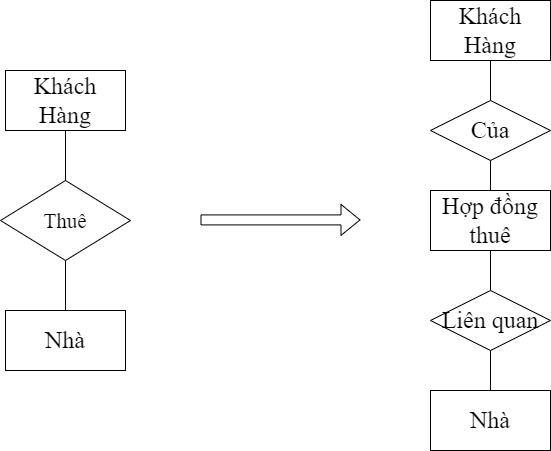
Before: Luật thứ năm(trên xuống).png, a diagram exported from draw.io (datnham0212/learning). Source tidied: cells renumbered, new cells last; positions are measured from the earlier drawing's top-left corner, leaving out a move shared by most shapes. Its diagram source:
```xml
<mxGraphModel>
  <root>
    <mxCell id="0" />
    <mxCell id="1" parent="0" />
    <mxCell id="2" value="&lt;font style=&quot;font-size: 24px;&quot;&gt;Khách Hàng&lt;/font&gt;" style="rounded=0;whiteSpace=wrap;html=1;fontFamily=Times New Roman;fontSize=24;" parent="1" vertex="1">
      <mxGeometry x="5" y="70" width="120" height="60" as="geometry" />
    </mxCell>
    <mxCell id="3" value="&lt;font style=&quot;font-size: 24px;&quot;&gt;Khách Hàng&lt;/font&gt;" style="rounded=0;whiteSpace=wrap;html=1;fontFamily=Times New Roman;fontSize=24;" parent="1" vertex="1">
      <mxGeometry x="430" width="120" height="60" as="geometry" />
    </mxCell>
    <mxCell id="4" value="Nhà" style="rounded=0;whiteSpace=wrap;html=1;fontFamily=Times New Roman;fontSize=24;" parent="1" vertex="1">
      <mxGeometry x="430" y="390" width="120" height="60" as="geometry" />
    </mxCell>
    <mxCell id="5" style="shape=flexArrow;endArrow=classic;html=1;rounded=0;fontFamily=Times New Roman;fontSize=24;" parent="1" edge="1">
      <mxGeometry relative="1" as="geometry">
        <mxPoint x="200" y="219.4" as="sourcePoint" />
        <mxPoint x="360" y="219.4" as="targetPoint" />
      </mxGeometry>
    </mxCell>
    <mxCell id="6" value="Liên quan" style="rhombus;whiteSpace=wrap;html=1;fontFamily=Times New Roman;fontSize=24;" parent="1" vertex="1">
      <mxGeometry x="430" y="290" width="120" height="60" as="geometry" />
    </mxCell>
    <mxCell id="7" value="Nhà" style="rounded=0;whiteSpace=wrap;html=1;fontFamily=Times New Roman;fontSize=24;" parent="1" vertex="1">
      <mxGeometry x="5" y="310" width="120" height="60" as="geometry" />
    </mxCell>
    <mxCell id="8" value="&lt;span style=&quot;font-size: 21px;&quot;&gt;Thuê&lt;/span&gt;" style="rhombus;whiteSpace=wrap;html=1;fontFamily=Times New Roman;fontSize=24;" parent="1" vertex="1">
      <mxGeometry y="180" width="130" height="80" as="geometry" />
    </mxCell>
    <mxCell id="9" style="endArrow=none;html=1;rounded=0;entryX=0.5;entryY=1;entryDx=0;entryDy=0;exitX=0.5;exitY=0;exitDx=0;exitDy=0;" parent="1" edge="1" source="8" target="2">
      <mxGeometry relative="1" as="geometry" />
    </mxCell>
    <mxCell id="10" style="endArrow=none;html=1;rounded=0;exitX=0.5;exitY=0;exitDx=0;exitDy=0;entryX=0.5;entryY=1;entryDx=0;entryDy=0;" parent="1" edge="1" source="7" target="8">
      <mxGeometry relative="1" as="geometry" />
    </mxCell>
    <mxCell id="11" style="edgeStyle=orthogonalEdgeStyle;rounded=0;orthogonalLoop=1;jettySize=auto;html=1;exitX=0.5;exitY=1;exitDx=0;exitDy=0;" parent="1" edge="1" source="8" target="8">
      <mxGeometry relative="1" as="geometry" />
    </mxCell>
    <mxCell id="12" value="Của" style="rhombus;whiteSpace=wrap;html=1;fontFamily=Times New Roman;fontSize=24;" parent="1" vertex="1">
      <mxGeometry x="430" y="100" width="120" height="60" as="geometry" />
    </mxCell>
    <mxCell id="13" value="Hợp đồng thuê" style="rounded=0;whiteSpace=wrap;html=1;fontFamily=Times New Roman;fontSize=24;" parent="1" vertex="1">
      <mxGeometry x="430" y="190" width="120" height="60" as="geometry" />
    </mxCell>
    <mxCell id="14" style="endArrow=none;html=1;rounded=0;exitX=0.5;exitY=0;exitDx=0;exitDy=0;" parent="1" edge="1" source="12">
      <mxGeometry relative="1" as="geometry">
        <mxPoint x="490" y="60" as="targetPoint" />
      </mxGeometry>
    </mxCell>
    <mxCell id="15" style="endArrow=none;html=1;rounded=0;exitX=0.5;exitY=0;exitDx=0;exitDy=0;entryX=0.5;entryY=1;entryDx=0;entryDy=0;" parent="1" edge="1" source="13" target="12">
      <mxGeometry relative="1" as="geometry" />
    </mxCell>
    <mxCell id="16" style="endArrow=none;html=1;rounded=0;exitX=0.5;exitY=0;exitDx=0;exitDy=0;" parent="1" edge="1" source="6">
      <mxGeometry relative="1" as="geometry">
        <mxPoint x="490" y="250" as="targetPoint" />
      </mxGeometry>
    </mxCell>
    <mxCell id="17" style="endArrow=none;html=1;rounded=0;exitX=0.5;exitY=0;exitDx=0;exitDy=0;entryX=0.5;entryY=1;entryDx=0;entryDy=0;" parent="1" edge="1" source="4" target="6">
      <mxGeometry relative="1" as="geometry" />
    </mxCell>
  </root>
</mxGraphModel>
```
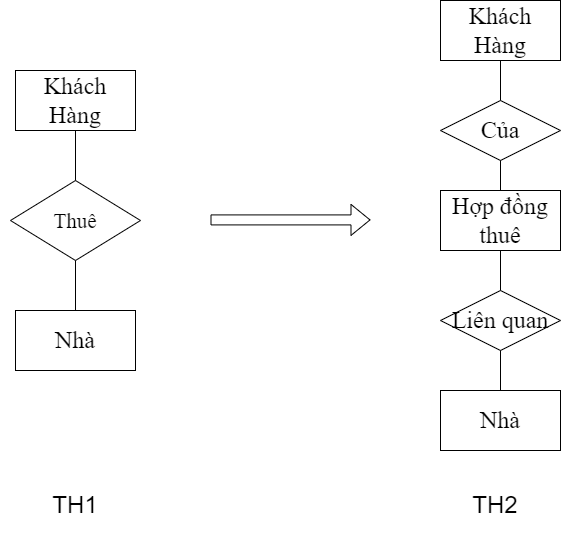
After the change.

Diff of the diagram source:
```diff
@@ -57,5 +57,11 @@
     <mxCell id="17" style="endArrow=none;html=1;rounded=0;exitX=0.5;exitY=0;exitDx=0;exitDy=0;entryX=0.5;entryY=1;entryDx=0;entryDy=0;" parent="1" edge="1" source="4" target="6">
       <mxGeometry relative="1" as="geometry" />
     </mxCell>
+    <mxCell id="18" value="&lt;font style=&quot;font-size: 24px;&quot;&gt;TH1&lt;/font&gt;" style="text;html=1;strokeColor=none;fillColor=none;align=center;verticalAlign=middle;whiteSpace=wrap;rounded=0;" parent="1" vertex="1">
+      <mxGeometry x="-10" y="460" width="150" height="90" as="geometry" />
+    </mxCell>
+    <mxCell id="19" value="&lt;font style=&quot;font-size: 24px;&quot;&gt;TH2&lt;/font&gt;" style="text;html=1;strokeColor=none;fillColor=none;align=center;verticalAlign=middle;whiteSpace=wrap;rounded=0;" parent="1" vertex="1">
+      <mxGeometry x="410" y="460" width="150" height="90" as="geometry" />
+    </mxCell>
   </root>
 </mxGraphModel>
```
